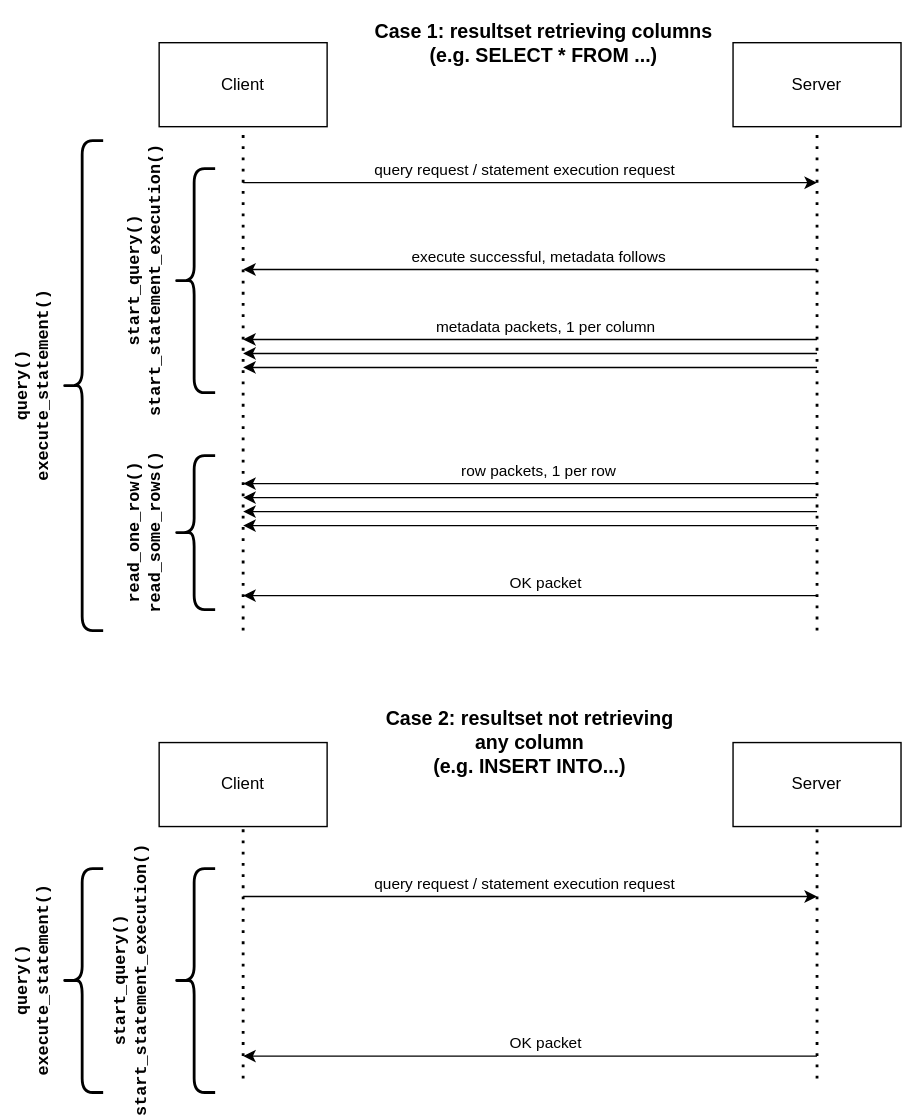
Earlier version of the draw.io export doc/images/protocol.svg (boostorg/mysql). Source tidied: cells renumbered, new cells last; positions are measured from the earlier drawing's top-left corner, leaving out a move shared by most shapes. Its diagram source:
```xml
<mxGraphModel>
  <root>
    <mxCell id="0" />
    <mxCell id="1" parent="0" />
    <mxCell id="2" value="Client" style="rounded=0;whiteSpace=wrap;html=1;" parent="1" vertex="1">
      <mxGeometry x="150" y="30" width="120" height="60" as="geometry" />
    </mxCell>
    <mxCell id="3" value="Server" style="rounded=0;whiteSpace=wrap;html=1;" parent="1" vertex="1">
      <mxGeometry x="560" y="30" width="120" height="60" as="geometry" />
    </mxCell>
    <mxCell id="4" style="endArrow=none;dashed=1;html=1;dashPattern=1 3;strokeWidth=2;rounded=0;entryX=0.5;entryY=1;entryDx=0;entryDy=0;" parent="1" edge="1" target="2">
      <mxGeometry relative="1" as="geometry">
        <mxPoint x="210" y="450" as="sourcePoint" />
      </mxGeometry>
    </mxCell>
    <mxCell id="5" style="endArrow=none;dashed=1;html=1;dashPattern=1 3;strokeWidth=2;rounded=0;entryX=0.5;entryY=1;entryDx=0;entryDy=0;" parent="1" edge="1" target="3">
      <mxGeometry relative="1" as="geometry">
        <mxPoint x="620" y="450" as="sourcePoint" />
      </mxGeometry>
    </mxCell>
    <mxCell id="6" style="endArrow=classic;html=1;rounded=0;" parent="1" edge="1">
      <mxGeometry relative="1" as="geometry">
        <mxPoint x="210" y="130" as="sourcePoint" />
        <mxPoint x="620" y="130" as="targetPoint" />
      </mxGeometry>
    </mxCell>
    <mxCell id="7" value="query request / statement execution request" style="edgeLabel;html=1;align=center;verticalAlign=middle;" parent="6" vertex="1">
      <mxGeometry x="0.05" y="-2" relative="1" as="geometry">
        <mxPoint x="-16" y="-12" as="offset" />
      </mxGeometry>
    </mxCell>
    <mxCell id="8" style="endArrow=classic;html=1;rounded=0;" parent="1" edge="1">
      <mxGeometry relative="1" as="geometry">
        <mxPoint x="620" y="192" as="sourcePoint" />
        <mxPoint x="210" y="192" as="targetPoint" />
      </mxGeometry>
    </mxCell>
    <mxCell id="9" value="execute successful, metadata follows" style="edgeLabel;html=1;align=center;verticalAlign=middle;" parent="8" vertex="1">
      <mxGeometry x="-0.16" y="4" relative="1" as="geometry">
        <mxPoint x="-28" y="-14" as="offset" />
      </mxGeometry>
    </mxCell>
    <mxCell id="10" style="endArrow=classic;html=1;rounded=0;" parent="1" edge="1">
      <mxGeometry relative="1" as="geometry">
        <mxPoint x="620" y="242" as="sourcePoint" />
        <mxPoint x="210" y="242" as="targetPoint" />
      </mxGeometry>
    </mxCell>
    <mxCell id="11" style="endArrow=classic;html=1;rounded=0;" parent="1" edge="1">
      <mxGeometry relative="1" as="geometry">
        <mxPoint x="620" y="252" as="sourcePoint" />
        <mxPoint x="210" y="252" as="targetPoint" />
      </mxGeometry>
    </mxCell>
    <mxCell id="12" style="endArrow=classic;html=1;rounded=0;" parent="1" edge="1">
      <mxGeometry relative="1" as="geometry">
        <mxPoint x="620" y="262" as="sourcePoint" />
        <mxPoint x="210" y="262" as="targetPoint" />
      </mxGeometry>
    </mxCell>
    <mxCell id="13" value="metadata packets, 1 per column" style="edgeLabel;html=1;align=center;verticalAlign=middle;" parent="1" vertex="1">
      <mxGeometry x="425" y="232" as="geometry" />
    </mxCell>
    <mxCell id="14" style="endArrow=classic;html=1;rounded=0;" parent="1" edge="1">
      <mxGeometry relative="1" as="geometry">
        <mxPoint x="620" y="345" as="sourcePoint" />
        <mxPoint x="210" y="345" as="targetPoint" />
      </mxGeometry>
    </mxCell>
    <mxCell id="15" style="endArrow=classic;html=1;rounded=0;" parent="1" edge="1">
      <mxGeometry relative="1" as="geometry">
        <mxPoint x="620" y="355" as="sourcePoint" />
        <mxPoint x="210" y="355" as="targetPoint" />
      </mxGeometry>
    </mxCell>
    <mxCell id="16" style="endArrow=classic;html=1;rounded=0;" parent="1" edge="1">
      <mxGeometry relative="1" as="geometry">
        <mxPoint x="620" y="365" as="sourcePoint" />
        <mxPoint x="210" y="365" as="targetPoint" />
      </mxGeometry>
    </mxCell>
    <mxCell id="17" value="row packets, 1 per row" style="edgeLabel;html=1;align=center;verticalAlign=middle;" parent="1" vertex="1">
      <mxGeometry x="420" y="335" as="geometry" />
    </mxCell>
    <mxCell id="18" style="endArrow=classic;html=1;rounded=0;" parent="1" edge="1">
      <mxGeometry relative="1" as="geometry">
        <mxPoint x="620" y="425" as="sourcePoint" />
        <mxPoint x="210" y="425" as="targetPoint" />
      </mxGeometry>
    </mxCell>
    <mxCell id="19" value="OK packet" style="edgeLabel;html=1;align=center;verticalAlign=middle;" parent="18" vertex="1">
      <mxGeometry x="-0.16" y="4" relative="1" as="geometry">
        <mxPoint x="-23" y="-14" as="offset" />
      </mxGeometry>
    </mxCell>
    <mxCell id="20" style="endArrow=classic;html=1;rounded=0;" parent="1" edge="1">
      <mxGeometry relative="1" as="geometry">
        <mxPoint x="620" y="375" as="sourcePoint" />
        <mxPoint x="210" y="375" as="targetPoint" />
      </mxGeometry>
    </mxCell>
    <mxCell id="21" style="shape=curlyBracket;whiteSpace=wrap;html=1;rounded=1;labelPosition=left;verticalLabelPosition=middle;align=right;verticalAlign=middle;strokeColor=#000000;strokeWidth=2;" parent="1" vertex="1">
      <mxGeometry x="160" y="120" width="30" height="160" as="geometry" />
    </mxCell>
    <mxCell id="22" style="shape=curlyBracket;whiteSpace=wrap;html=1;rounded=1;labelPosition=left;verticalLabelPosition=middle;align=right;verticalAlign=middle;strokeColor=#000000;strokeWidth=2;" parent="1" vertex="1">
      <mxGeometry x="160" y="325" width="30" height="110" as="geometry" />
    </mxCell>
    <mxCell id="23" value="&lt;div&gt;start_query()&lt;/div&gt;&lt;div&gt;start_statement_execution()&lt;br&gt;&lt;/div&gt;" style="shape=ext;double=1;rounded=0;whiteSpace=wrap;html=1;strokeColor=none;strokeWidth=2;fillColor=none;direction=west;rotation=270;fontFamily=Courier New;fontStyle=1;" parent="1" vertex="1">
      <mxGeometry x="80" y="177.5" width="120" height="45" as="geometry" />
    </mxCell>
    <mxCell id="24" value="&lt;div&gt;read_one_row()&lt;/div&gt;&lt;div&gt;read_some_rows()&lt;br&gt;&lt;/div&gt;" style="shape=ext;double=1;rounded=0;whiteSpace=wrap;html=1;strokeColor=none;strokeWidth=2;fillColor=none;direction=west;rotation=270;fontFamily=Courier New;fontStyle=1;" parent="1" vertex="1">
      <mxGeometry x="80" y="357.5" width="120" height="45" as="geometry" />
    </mxCell>
    <mxCell id="25" style="shape=curlyBracket;whiteSpace=wrap;html=1;rounded=1;labelPosition=left;verticalLabelPosition=middle;align=right;verticalAlign=middle;strokeColor=#000000;strokeWidth=2;" parent="1" vertex="1">
      <mxGeometry x="80" y="100" width="30" height="350" as="geometry" />
    </mxCell>
    <mxCell id="26" value="&lt;div&gt;query()&lt;/div&gt;&lt;div&gt;execute_statement()&lt;br&gt;&lt;/div&gt;" style="shape=ext;double=1;rounded=0;whiteSpace=wrap;html=1;strokeColor=none;strokeWidth=2;fillColor=none;direction=west;rotation=270;fontFamily=Courier New;fontStyle=1;" parent="1" vertex="1">
      <mxGeometry y="252.5" width="120" height="45" as="geometry" />
    </mxCell>
    <mxCell id="27" value="&lt;div style=&quot;font-size: 14px;&quot;&gt;Case 1: resultset retrieving columns&lt;br&gt;&lt;/div&gt;&lt;div style=&quot;font-size: 14px;&quot;&gt;(e.g. SELECT * FROM ...)&lt;br style=&quot;font-size: 14px;&quot;&gt;&lt;/div&gt;" style="rounded=0;whiteSpace=wrap;html=1;fillColor=none;strokeColor=none;fontStyle=1;fontSize=14;" parent="1" vertex="1">
      <mxGeometry x="300" width="250" height="60" as="geometry" />
    </mxCell>
    <mxCell id="28" value="Client" style="rounded=0;whiteSpace=wrap;html=1;" parent="1" vertex="1">
      <mxGeometry x="150" y="530" width="120" height="60" as="geometry" />
    </mxCell>
    <mxCell id="29" value="Server" style="rounded=0;whiteSpace=wrap;html=1;" parent="1" vertex="1">
      <mxGeometry x="560" y="530" width="120" height="60" as="geometry" />
    </mxCell>
    <mxCell id="30" style="endArrow=none;dashed=1;html=1;dashPattern=1 3;strokeWidth=2;rounded=0;entryX=0.5;entryY=1;entryDx=0;entryDy=0;" parent="1" edge="1" target="28">
      <mxGeometry relative="1" as="geometry">
        <mxPoint x="210" y="770" as="sourcePoint" />
      </mxGeometry>
    </mxCell>
    <mxCell id="31" style="endArrow=none;dashed=1;html=1;dashPattern=1 3;strokeWidth=2;rounded=0;entryX=0.5;entryY=1;entryDx=0;entryDy=0;" parent="1" edge="1" target="29">
      <mxGeometry relative="1" as="geometry">
        <mxPoint x="620" y="770" as="sourcePoint" />
      </mxGeometry>
    </mxCell>
    <mxCell id="32" style="endArrow=classic;html=1;rounded=0;" parent="1" edge="1">
      <mxGeometry relative="1" as="geometry">
        <mxPoint x="210" y="640" as="sourcePoint" />
        <mxPoint x="620" y="640" as="targetPoint" />
      </mxGeometry>
    </mxCell>
    <mxCell id="33" value="query request / statement execution request" style="edgeLabel;html=1;align=center;verticalAlign=middle;" parent="32" vertex="1">
      <mxGeometry x="0.05" y="-2" relative="1" as="geometry">
        <mxPoint x="-16" y="-12" as="offset" />
      </mxGeometry>
    </mxCell>
    <mxCell id="34" style="endArrow=classic;html=1;rounded=0;" parent="1" edge="1">
      <mxGeometry relative="1" as="geometry">
        <mxPoint x="620" y="754" as="sourcePoint" />
        <mxPoint x="210" y="754" as="targetPoint" />
      </mxGeometry>
    </mxCell>
    <mxCell id="35" value="OK packet" style="edgeLabel;html=1;align=center;verticalAlign=middle;" parent="34" vertex="1">
      <mxGeometry x="-0.16" y="4" relative="1" as="geometry">
        <mxPoint x="-23" y="-14" as="offset" />
      </mxGeometry>
    </mxCell>
    <mxCell id="36" style="shape=curlyBracket;whiteSpace=wrap;html=1;rounded=1;labelPosition=left;verticalLabelPosition=middle;align=right;verticalAlign=middle;strokeColor=#000000;strokeWidth=2;" parent="1" vertex="1">
      <mxGeometry x="160" y="620" width="30" height="160" as="geometry" />
    </mxCell>
    <mxCell id="37" value="start_query()&lt;div&gt;start_statement_execution()&lt;br&gt;&lt;/div&gt;" style="shape=ext;double=1;rounded=0;whiteSpace=wrap;html=1;strokeColor=none;strokeWidth=2;fillColor=none;direction=west;rotation=270;fontFamily=Courier New;fontStyle=1;" parent="1" vertex="1">
      <mxGeometry x="70" y="677.5" width="120" height="45" as="geometry" />
    </mxCell>
    <mxCell id="38" value="Case 2: resultset not retrieving any column&lt;br&gt;&lt;div style=&quot;font-size: 14px;&quot;&gt;(e.g. INSERT INTO...)&lt;br style=&quot;font-size: 14px;&quot;&gt;&lt;/div&gt;" style="rounded=0;whiteSpace=wrap;html=1;fillColor=none;strokeColor=none;fontStyle=1;fontSize=14;" parent="1" vertex="1">
      <mxGeometry x="300" y="500" width="230" height="60" as="geometry" />
    </mxCell>
    <mxCell id="39" style="shape=curlyBracket;whiteSpace=wrap;html=1;rounded=1;labelPosition=left;verticalLabelPosition=middle;align=right;verticalAlign=middle;strokeColor=#000000;strokeWidth=2;" parent="1" vertex="1">
      <mxGeometry x="80" y="620" width="30" height="160" as="geometry" />
    </mxCell>
    <mxCell id="40" value="&lt;div&gt;query()&lt;/div&gt;&lt;div&gt;execute_statement()&lt;br&gt;&lt;/div&gt;" style="shape=ext;double=1;rounded=0;whiteSpace=wrap;html=1;strokeColor=none;strokeWidth=2;fillColor=none;direction=west;rotation=270;fontFamily=Courier New;fontStyle=1;" parent="1" vertex="1">
      <mxGeometry y="677.5" width="120" height="45" as="geometry" />
    </mxCell>
  </root>
</mxGraphModel>
```
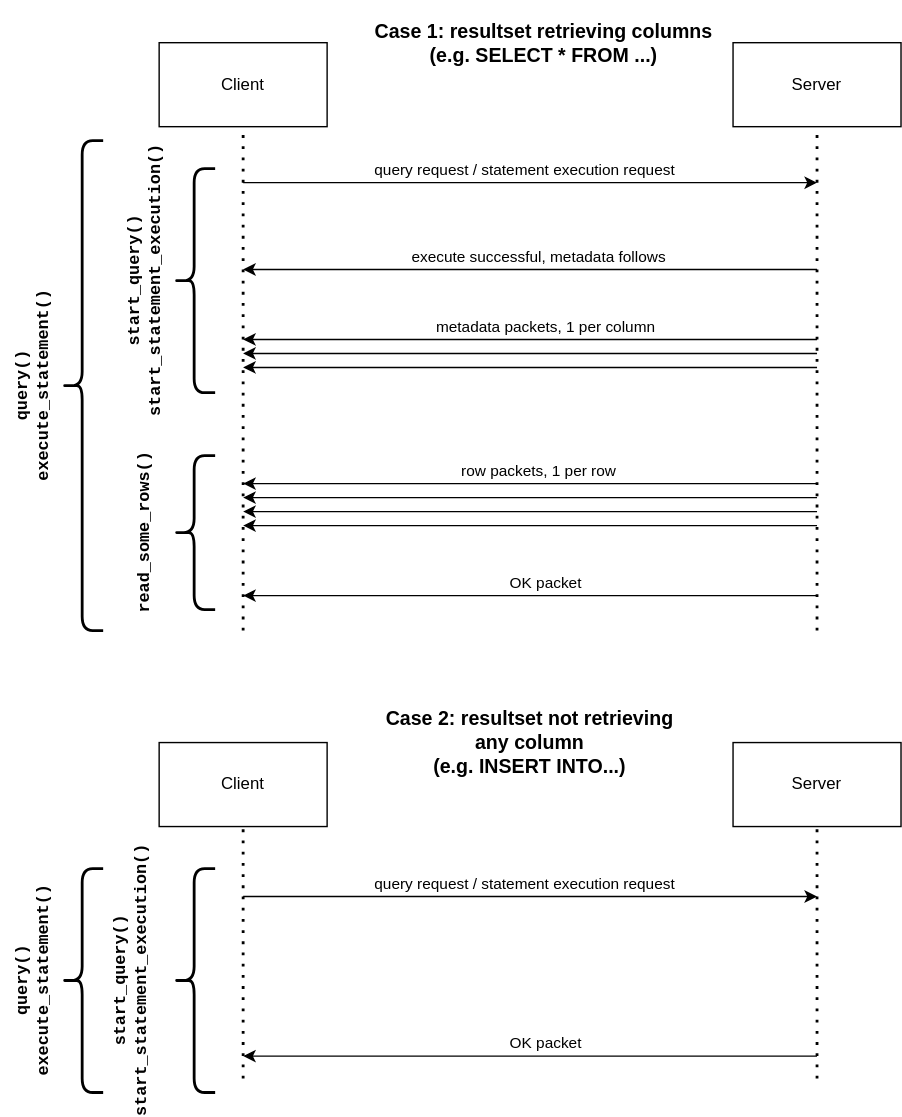
The same diagram one commit later.

The edit, as a diff of the source:
```diff
@@ -108,7 +108,7 @@
     <mxCell id="23" value="&lt;div&gt;start_query()&lt;/div&gt;&lt;div&gt;start_statement_execution()&lt;br&gt;&lt;/div&gt;" style="shape=ext;double=1;rounded=0;whiteSpace=wrap;html=1;strokeColor=none;strokeWidth=2;fillColor=none;direction=west;rotation=270;fontFamily=Courier New;fontStyle=1;" parent="1" vertex="1">
       <mxGeometry x="80" y="177.5" width="120" height="45" as="geometry" />
     </mxCell>
-    <mxCell id="24" value="&lt;div&gt;read_one_row()&lt;/div&gt;&lt;div&gt;read_some_rows()&lt;br&gt;&lt;/div&gt;" style="shape=ext;double=1;rounded=0;whiteSpace=wrap;html=1;strokeColor=none;strokeWidth=2;fillColor=none;direction=west;rotation=270;fontFamily=Courier New;fontStyle=1;" parent="1" vertex="1">
+    <mxCell id="24" value="&lt;div&gt;read_some_rows()&lt;br&gt;&lt;/div&gt;" style="shape=ext;double=1;rounded=0;whiteSpace=wrap;html=1;strokeColor=none;strokeWidth=2;fillColor=none;direction=west;rotation=270;fontFamily=Courier New;fontStyle=1;" parent="1" vertex="1">
       <mxGeometry x="80" y="357.5" width="120" height="45" as="geometry" />
     </mxCell>
     <mxCell id="25" style="shape=curlyBracket;whiteSpace=wrap;html=1;rounded=1;labelPosition=left;verticalLabelPosition=middle;align=right;verticalAlign=middle;strokeColor=#000000;strokeWidth=2;" parent="1" vertex="1">
```
